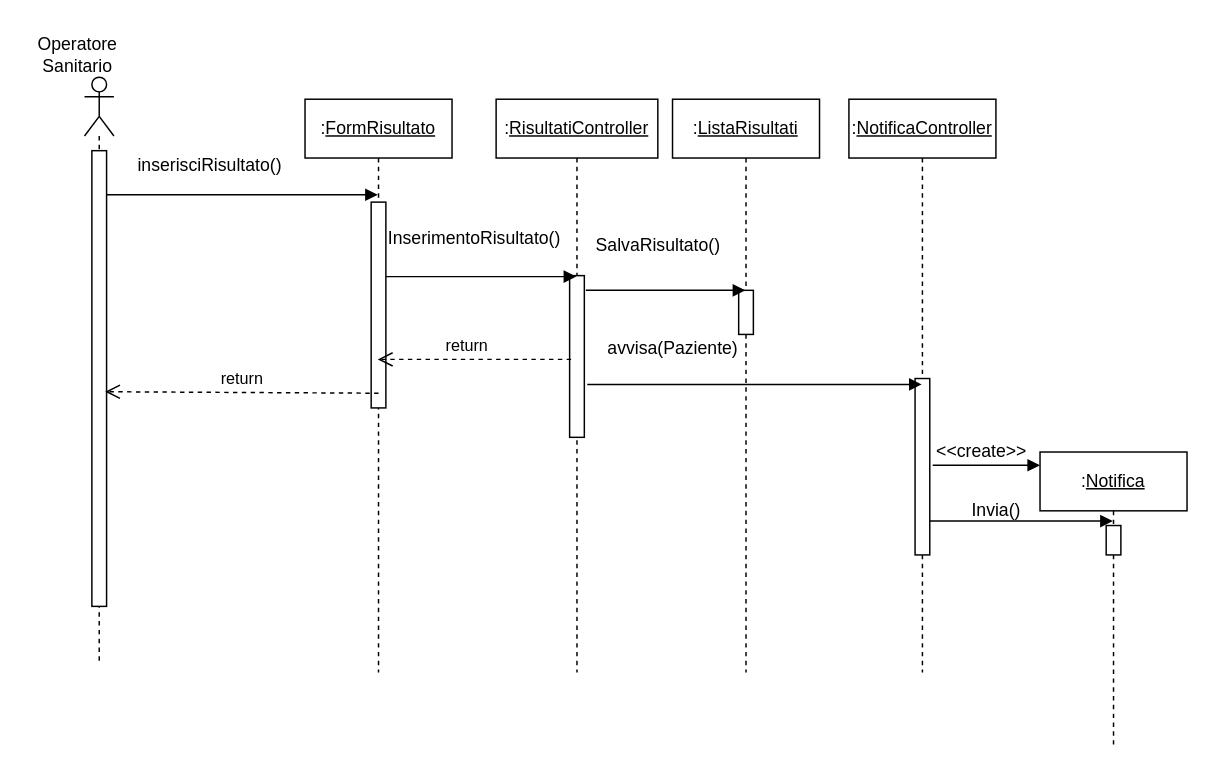
The draw.io diagram page "UC_01 sequence" (1 of 4) of Diagrammi/Sequence Diagram.drawio in lorycris99/Team-HILO, before the edit. Source tidied: cells renumbered, new cells numbered last; positions are measured from the earlier drawing's top-left corner, leaving out a move shared by most shapes. Both pictures are drawn from the tidied source at 147%, with x=0, y=0 at pixel (25, 32).
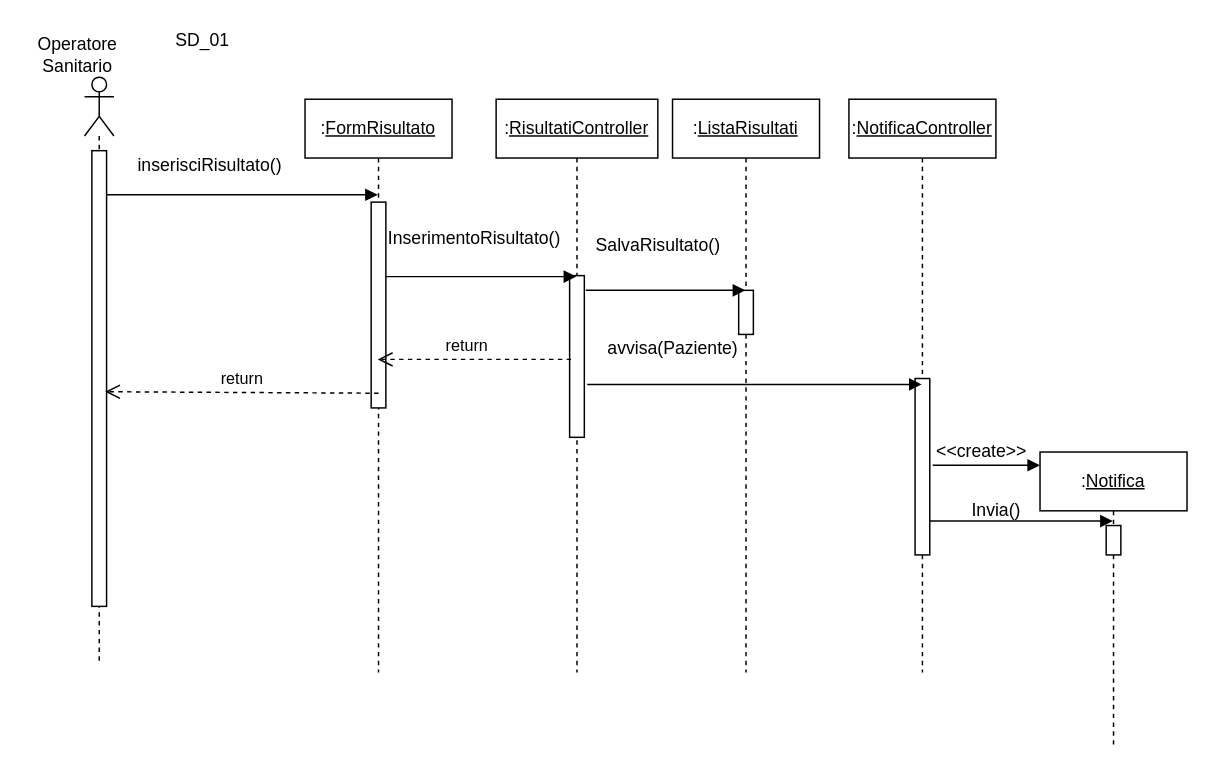
The same diagram, later.

What changed in the source:
```diff
@@
+    <mxCell id="29" value="SD_01" style="text;html=1;align=center;verticalAlign=middle;" parent="1" vertex="1">
+      <mxGeometry x="95" y="-5" width="50" height="20" as="geometry" />
+    </mxCell>
```
